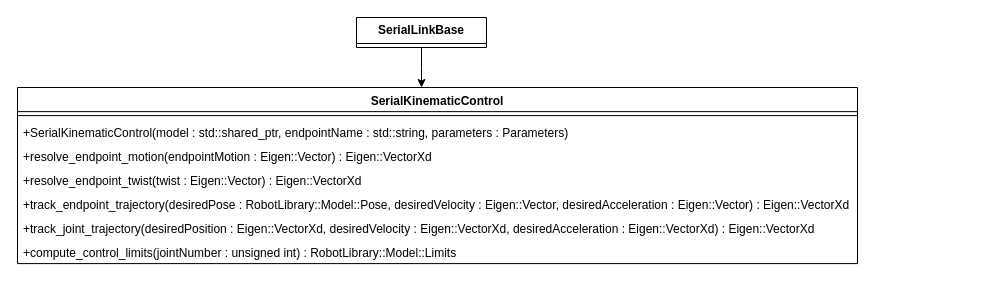
Woolfrey/software_robot_library keeps this draw.io diagram as page "SerialKinematicControl" (3 of 3) of Control/doc/ClassDiagrams.drawio. Above is the earlier version. Source tidied: cells renumbered, new cells numbered last; positions are measured from the earlier drawing's top-left corner, leaving out a move shared by most shapes. Both pictures are drawn from the tidied source at 100%, with x=0, y=0 at pixel (17, 17).
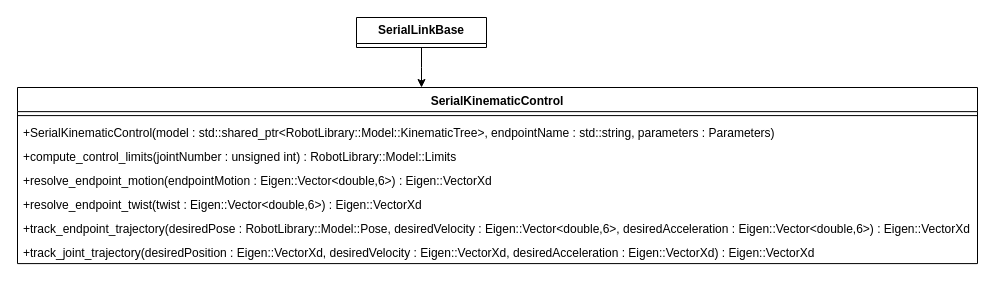
Above is the later version.

The edit, as a diff of the source:
```diff
@@
 <mxGraphModel>
   <root>
     <mxCell id="0" />
     <mxCell id="1" parent="0" />
     <mxCell id="2" value="SerialKinematicControl" style="swimlane;fontStyle=1;align=center;verticalAlign=top;horizontal=1;startSize=24.133333333333333;" parent="1" vertex="1">
-      <mxGeometry y="70" width="840" height="176.1" as="geometry" />
+      <mxGeometry y="70" width="960" height="176.1" as="geometry" />
     </mxCell>
     <mxCell id="3" style="line;strokeWidth=1;fillColor=none;align=left;verticalAlign=middle;spacingTop=-1;spacingLeft=3;spacingRight=3;labelPosition=right;strokeColor=inherit;" parent="2" vertex="1">
-      <mxGeometry y="24.1" width="840" height="8" as="geometry" />
+      <mxGeometry y="24.1" width="960" height="8" as="geometry" />
     </mxCell>
-    <mxCell id="4" value="+SerialKinematicControl(model : std::shared_ptr, endpointName : std::string, parameters : Parameters)" style="text;strokeColor=none;fillColor=none;align=left;verticalAlign=top;spacingLeft=4;spacingRight=4;overflow=hidden;" parent="2" vertex="1">
-      <mxGeometry y="32.1" width="840" height="24" as="geometry" />
+    <mxCell id="4" value="+SerialKinematicControl(model : std::shared_ptr&lt;RobotLibrary::Model::KinematicTree&gt;, endpointName : std::string, parameters : Parameters)" style="text;strokeColor=none;fillColor=none;align=left;verticalAlign=top;spacingLeft=4;spacingRight=4;overflow=hidden;" parent="2" vertex="1">
+      <mxGeometry y="32.1" width="960" height="24" as="geometry" />
     </mxCell>
+    <mxCell id="9" value="+compute_control_limits(jointNumber : unsigned int) : RobotLibrary::Model::Limits" style="text;strokeColor=none;fillColor=none;align=left;verticalAlign=top;spacingLeft=4;spacingRight=4;overflow=hidden;" parent="2" vertex="1">
+      <mxGeometry y="56.1" width="960" height="24" as="geometry" />
+    </mxCell>
-    <mxCell id="5" value="+resolve_endpoint_motion(endpointMotion : Eigen::Vector) : Eigen::VectorXd" style="text;strokeColor=none;fillColor=none;align=left;verticalAlign=top;spacingLeft=4;spacingRight=4;overflow=hidden;" parent="2" vertex="1">
-      <mxGeometry y="56.1" width="840" height="24" as="geometry" />
+    <mxCell id="5" value="+resolve_endpoint_motion(endpointMotion : Eigen::Vector&lt;double,6&gt;) : Eigen::VectorXd" style="text;strokeColor=none;fillColor=none;align=left;verticalAlign=top;spacingLeft=4;spacingRight=4;overflow=hidden;" parent="2" vertex="1">
+      <mxGeometry y="80.1" width="960" height="24" as="geometry" />
     </mxCell>
-    <mxCell id="6" value="+resolve_endpoint_twist(twist : Eigen::Vector) : Eigen::VectorXd" style="text;strokeColor=none;fillColor=none;align=left;verticalAlign=top;spacingLeft=4;spacingRight=4;overflow=hidden;" parent="2" vertex="1">
-      <mxGeometry y="80.1" width="840" height="24" as="geometry" />
+    <mxCell id="6" value="+resolve_endpoint_twist(twist : Eigen::Vector&lt;double,6&gt;) : Eigen::VectorXd" style="text;strokeColor=none;fillColor=none;align=left;verticalAlign=top;spacingLeft=4;spacingRight=4;overflow=hidden;" parent="2" vertex="1">
+      <mxGeometry y="104.1" width="960" height="24" as="geometry" />
     </mxCell>
-    <mxCell id="7" value="+track_endpoint_trajectory(desiredPose : RobotLibrary::Model::Pose, desiredVelocity : Eigen::Vector, desiredAcceleration : Eigen::Vector) : Eigen::VectorXd" style="text;strokeColor=none;fillColor=none;align=left;verticalAlign=top;spacingLeft=4;spacingRight=4;overflow=hidden;" parent="2" vertex="1">
-      <mxGeometry y="104.1" width="840" height="24" as="geometry" />
+    <mxCell id="7" value="+track_endpoint_trajectory(desiredPose : RobotLibrary::Model::Pose, desiredVelocity : Eigen::Vector&lt;double,6&gt;, desiredAcceleration : Eigen::Vector&lt;double,6&gt;) : Eigen::VectorXd" style="text;strokeColor=none;fillColor=none;align=left;verticalAlign=top;spacingLeft=4;spacingRight=4;overflow=hidden;" parent="2" vertex="1">
+      <mxGeometry y="128.1" width="960" height="24" as="geometry" />
     </mxCell>
     <mxCell id="8" value="+track_joint_trajectory(desiredPosition : Eigen::VectorXd, desiredVelocity : Eigen::VectorXd, desiredAcceleration : Eigen::VectorXd) : Eigen::VectorXd" style="text;strokeColor=none;fillColor=none;align=left;verticalAlign=top;spacingLeft=4;spacingRight=4;overflow=hidden;" parent="2" vertex="1">
-      <mxGeometry y="128.1" width="840" height="24" as="geometry" />
+      <mxGeometry y="152.1" width="960" height="24" as="geometry" />
     </mxCell>
-    <mxCell id="9" value="+compute_control_limits(jointNumber : unsigned int) : RobotLibrary::Model::Limits" style="text;strokeColor=none;fillColor=none;align=left;verticalAlign=top;spacingLeft=4;spacingRight=4;overflow=hidden;" parent="2" vertex="1">
-      <mxGeometry y="152.1" width="840" height="24" as="geometry" />
-    </mxCell>
     <mxCell id="10" value="&lt;b&gt;SerialLinkBase&lt;/b&gt;" style="swimlane;fontStyle=0;horizontal=1;startSize=26;fillColor=none;whiteSpace=wrap;html=1;" parent="1" vertex="1" collapsed="1">
       <mxGeometry x="339" width="130" height="30" as="geometry" />
     </mxCell>
     <mxCell id="11" style="edgeStyle=orthogonalEdgeStyle;rounded=0;jettySize=auto;html=1;" parent="1" edge="1" source="10">
       <mxGeometry relative="1" as="geometry">
         <mxPoint x="404" y="70" as="targetPoint" />
       </mxGeometry>
     </mxCell>
   </root>
 </mxGraphModel>
```
